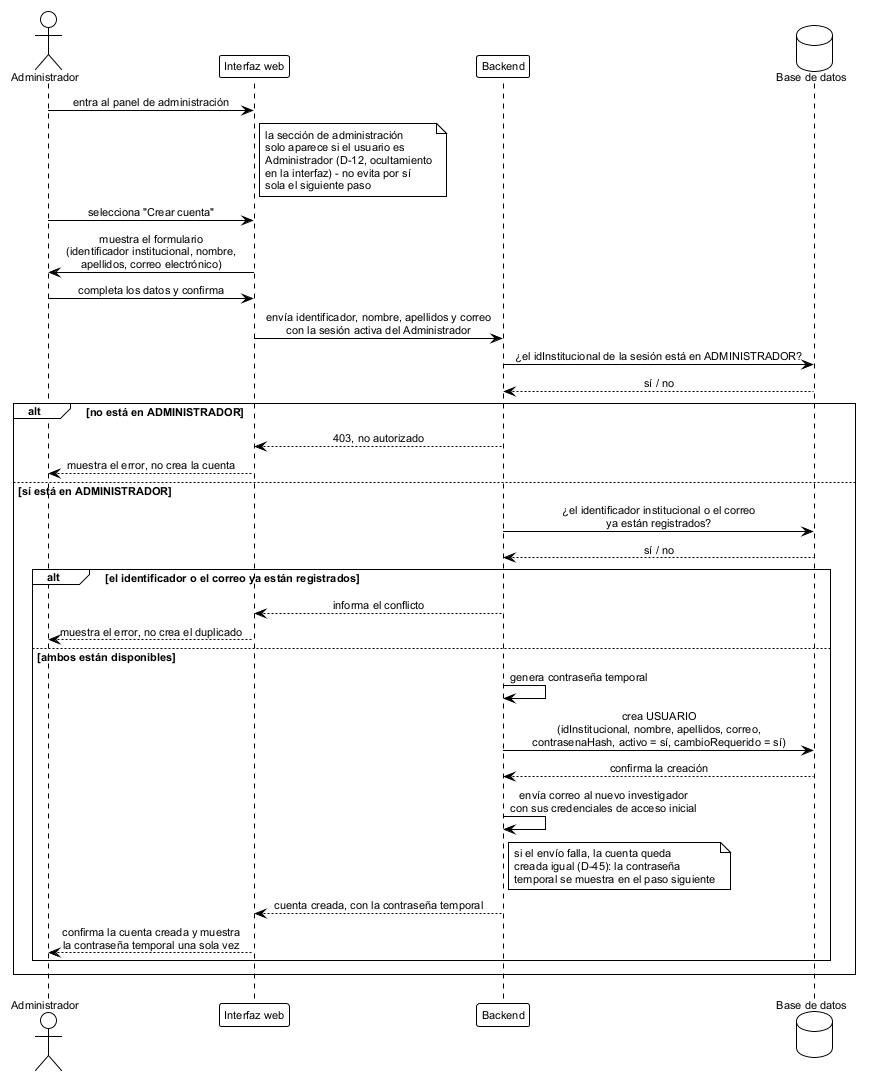
This is figures/mermaid/seq_crear_cuenta.png from ErickJester/fst-ai-system-latex, a PlantUML export, as it was before one commit.
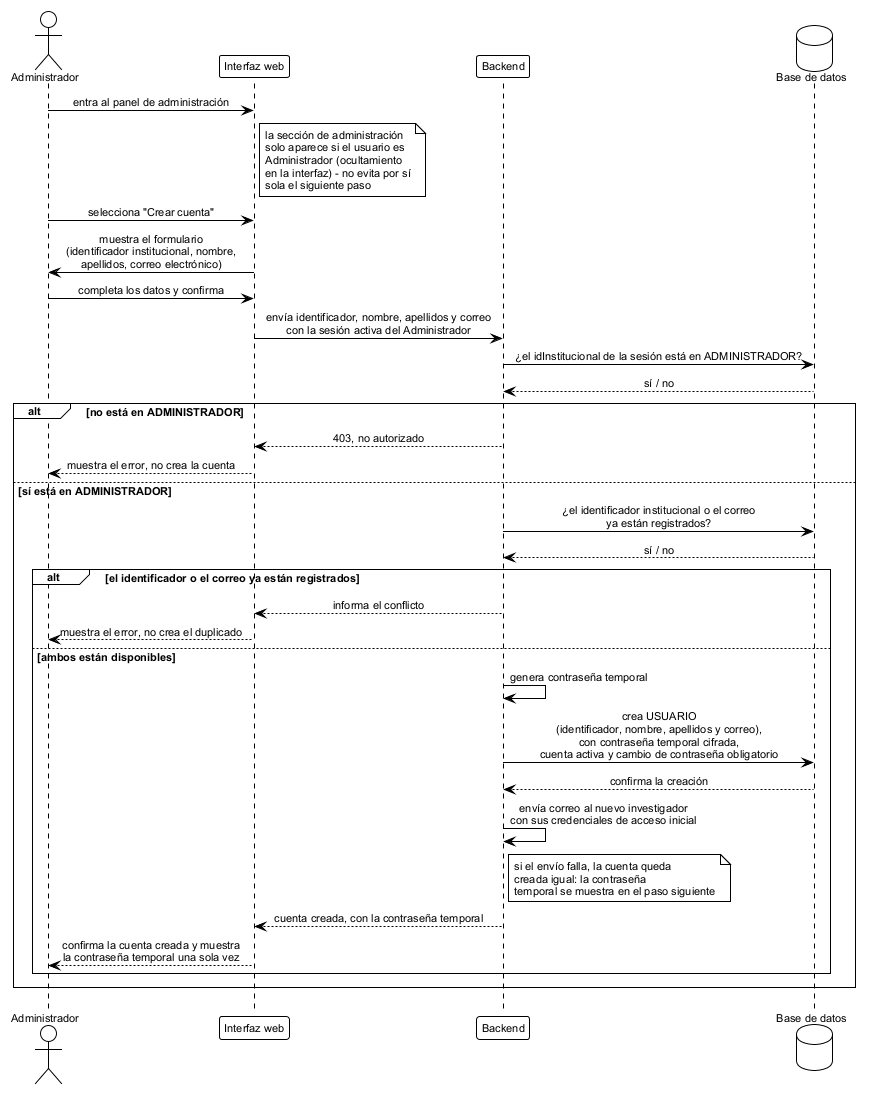
Later version of the same file.

What changed in the source:
```diff
@@ -16,7 +16,7 @@
 note right of ui
   la sección de administración
   solo aparece si el usuario es
-  Administrador (D-12, ocultamiento
+  Administrador (ocultamiento
   en la interfaz) - no evita por sí
   sola el siguiente paso
 end note
@@ -42,12 +42,12 @@
     ui --> admin: muestra el error, no crea el duplicado
   else ambos están disponibles
     api -> api: genera contraseña temporal
-    api -> db: crea USUARIO\n(idInstitucional, nombre, apellidos, correo,\ncontrasenaHash, activo = sí, cambioRequerido = sí)
+    api -> db: crea USUARIO\n(identificador, nombre, apellidos y correo),\ncon contraseña temporal cifrada,\ncuenta activa y cambio de contraseña obligatorio
     db --> api: confirma la creación
     api -> api: envía correo al nuevo investigador\ncon sus credenciales de acceso inicial
     note right of api
       si el envío falla, la cuenta queda
-      creada igual (D-45): la contraseña
+      creada igual: la contraseña
       temporal se muestra en el paso siguiente
     end note
     api --> ui: cuenta creada, con la contraseña temporal
```
